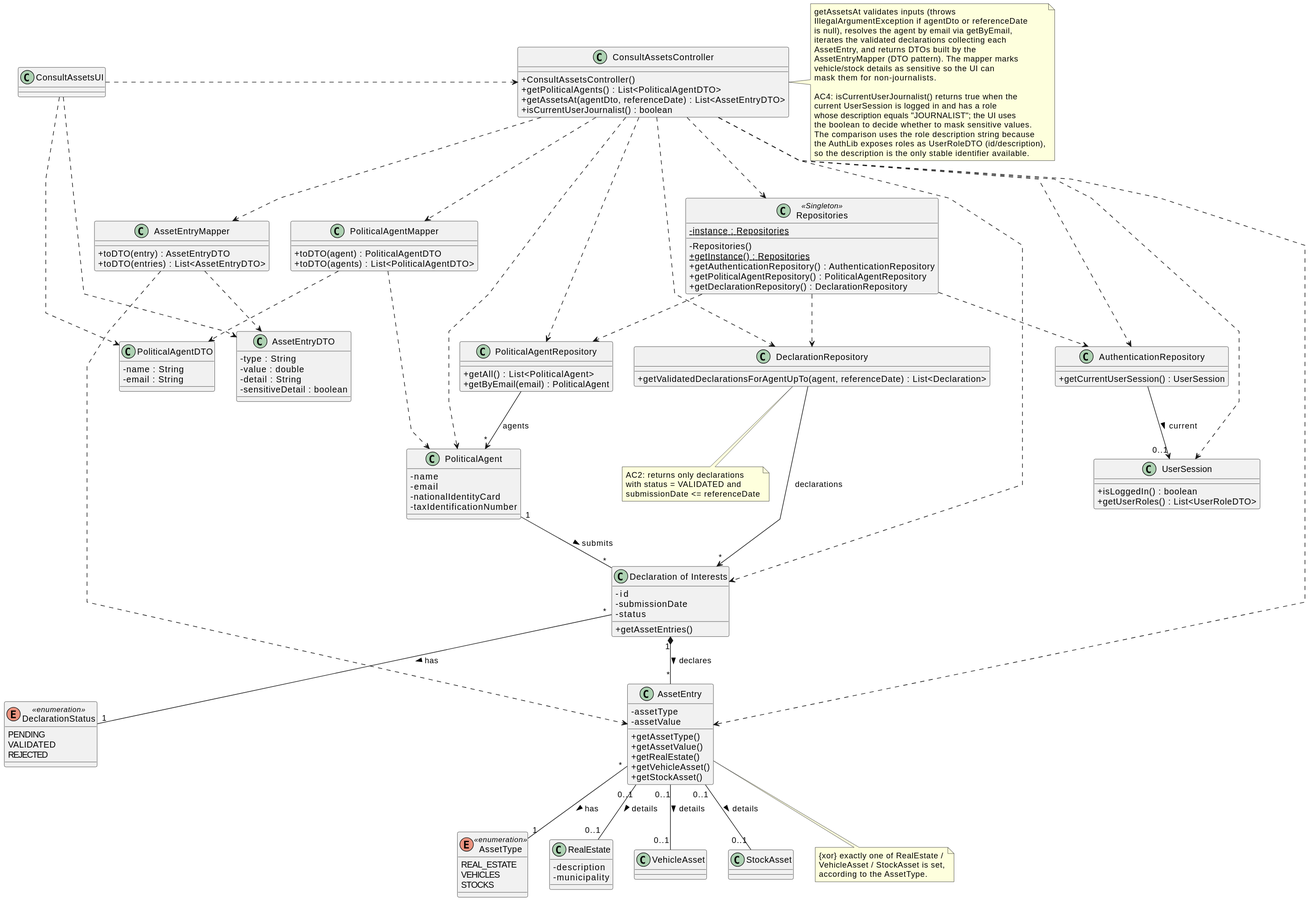
This is docs/system-documentation/US11/03.design/svg/US11-CD.svg from brunodspinto/crystal-clear-platform, a PlantUML export, as it was before one commit.
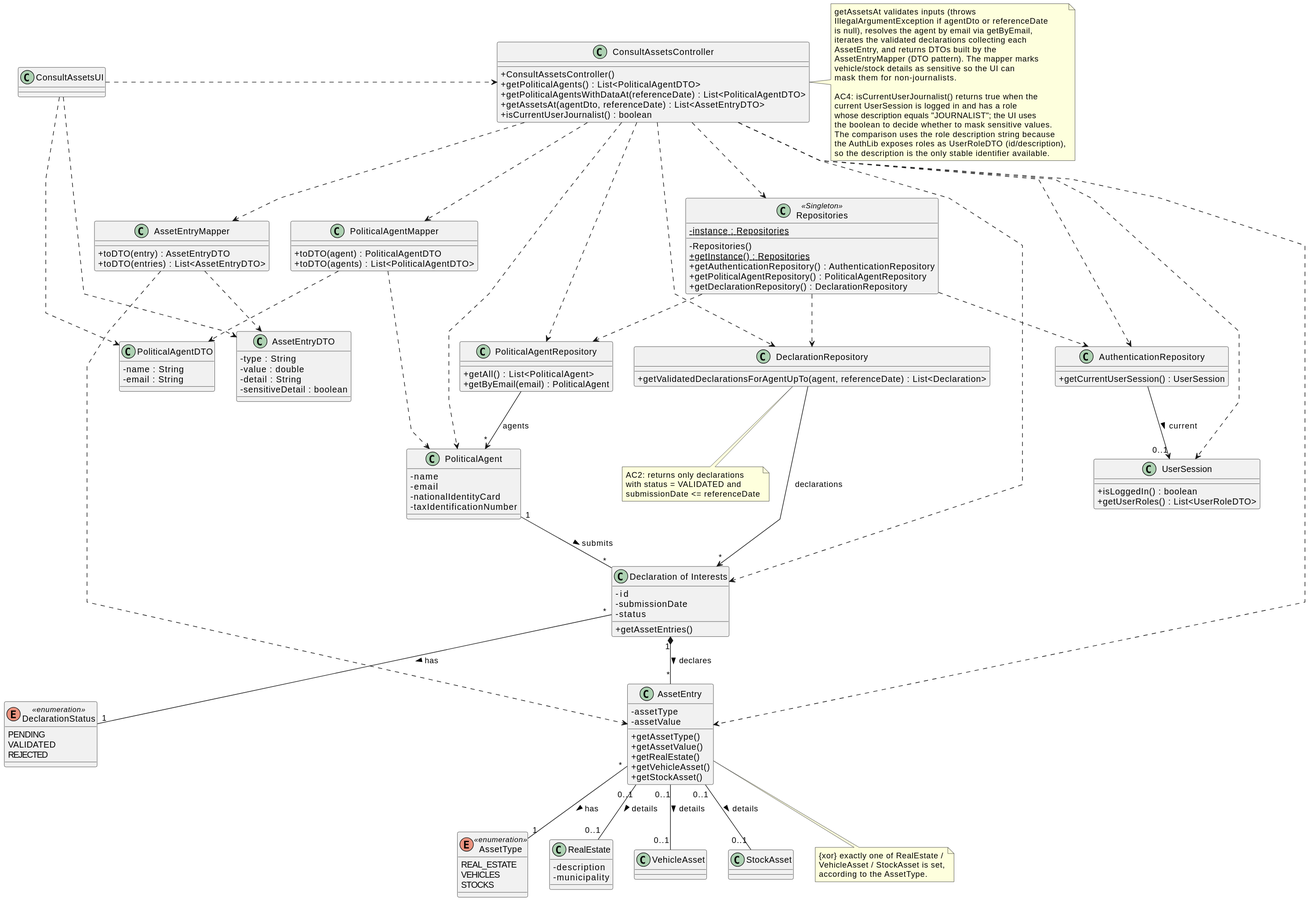
The same diagram one commit later.

The edit, as a diff of the source:
```diff
@@ -10,6 +10,7 @@
 class ConsultAssetsController {
     + ConsultAssetsController()
     + getPoliticalAgents() : List<PoliticalAgentDTO>
+    + getPoliticalAgentsWithDataAt(referenceDate) : List<PoliticalAgentDTO>
     + getAssetsAt(agentDto, referenceDate) : List<AssetEntryDTO>
     + isCurrentUserJournalist() : boolean
 }
```
